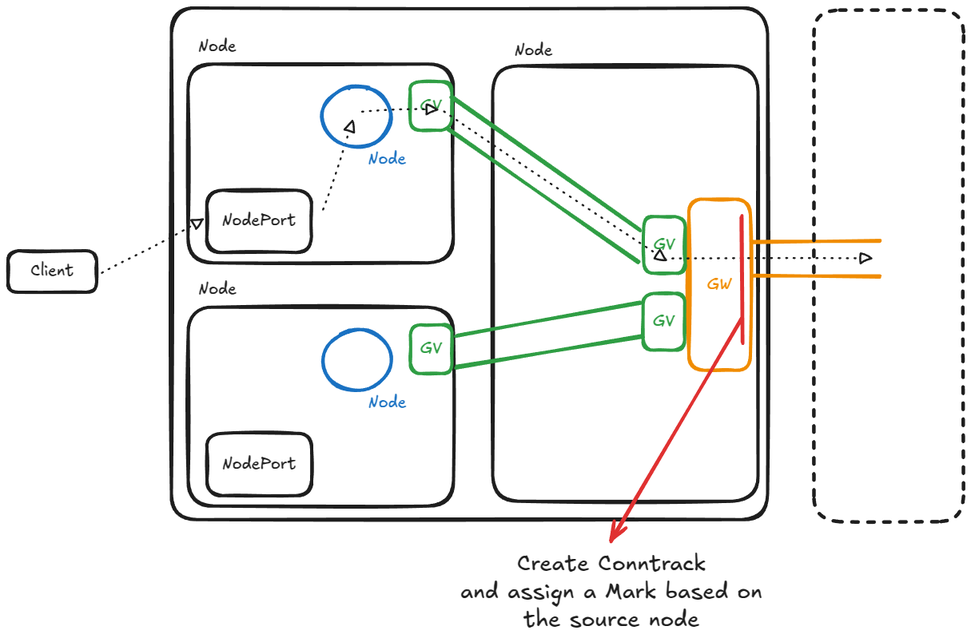
cheina97/liqo-network-docs keeps this Excalidraw diagram as assets/images/conntrack_outbound.excalidraw.png. Above is the earlier version. Source tidied: one line per element, renumbered; positions are measured from the earlier drawing's top-left corner, leaving out a move shared by most shapes. Source of this version:
```json
{"id": 0, "type": "rectangle", "strokeColor": "#1e1e1e", "strokeWidth": 4, "roughness": 1, "round": true, "x": 204, "y": 0, "width": 746, "height": 641}
{"id": 1, "type": "rectangle", "strokeColor": "#f08c00", "strokeWidth": 4, "roughness": 1, "round": true, "x": 852, "y": 240, "width": 77, "height": 214}
{"id": 2, "type": "text", "text": "GW", "strokeColor": "#f08c00", "strokeWidth": 4, "roughness": 1, "fontSize": 20, "fontFamily": 5, "textAlign": "center", "verticalAlign": "middle", "inside": 1, "x": 875, "y": 334, "width": 31, "height": 25}
{"id": 3, "type": "rectangle", "strokeColor": "#1e1e1e", "strokeWidth": 4, "roughness": 1, "round": true, "x": 225, "y": 375, "width": 332, "height": 249}
{"id": 4, "type": "rectangle", "strokeColor": "#1e1e1e", "strokeWidth": 4, "roughness": 1, "round": true, "x": 606, "y": 72, "width": 332, "height": 545}
{"id": 5, "type": "text", "text": "Node", "strokeColor": "#1e1e1e", "strokeWidth": 4, "roughness": 1, "fontSize": 20, "fontFamily": 5, "x": 238, "y": 341, "width": 47, "height": 25}
{"id": 6, "type": "rectangle", "strokeColor": "#2f9e44", "strokeWidth": 4, "roughness": 1, "round": true, "x": 503, "y": 397, "width": 52, "height": 61}
{"id": 7, "type": "text", "text": "GV", "strokeColor": "#2f9e44", "strokeWidth": 4, "roughness": 1, "fontSize": 20, "fontFamily": 5, "textAlign": "center", "verticalAlign": "middle", "inside": 6, "x": 516, "y": 415, "width": 27, "height": 25}
{"id": 8, "type": "rectangle", "strokeColor": "#2f9e44", "strokeWidth": 4, "roughness": 1, "round": true, "x": 795, "y": 358, "width": 52, "height": 71}
{"id": 9, "type": "text", "text": "GV", "strokeColor": "#2f9e44", "strokeWidth": 4, "roughness": 1, "fontSize": 20, "fontFamily": 5, "textAlign": "center", "verticalAlign": "middle", "inside": 8, "x": 807, "y": 381, "width": 27, "height": 25}
{"id": 10, "type": "rectangle", "strokeColor": "#1e1e1e", "strokeWidth": 4, "roughness": 1, "round": true, "x": 249, "y": 533, "width": 131, "height": 78}
{"id": 11, "type": "text", "text": "NodePort", "strokeColor": "#1e1e1e", "strokeWidth": 4, "roughness": 1, "fontSize": 20, "fontFamily": 5, "textAlign": "center", "verticalAlign": "middle", "inside": 10, "x": 268, "y": 559, "width": 93, "height": 25}
{"id": 12, "type": "arrow", "strokeColor": "#1e1e1e", "strokeWidth": 2, "strokeStyle": "dotted", "roughness": 1, "endArrowhead": "triangle_outline", "from": 13, "to": 22, "x": 118, "y": 332, "width": 127, "height": 67, "points": [[0, 0], [127, -67]]}
{"id": 13, "type": "rectangle", "strokeColor": "#1e1e1e", "strokeWidth": 4, "roughness": 1, "round": true, "x": 0, "y": 304, "width": 111, "height": 52}
{"id": 14, "type": "text", "text": "Client", "strokeColor": "#1e1e1e", "strokeWidth": 4, "roughness": 1, "fontSize": 20, "fontFamily": 5, "textAlign": "center", "verticalAlign": "middle", "inside": 13, "x": 28, "y": 318, "width": 54, "height": 25}
{"id": 15, "type": "ellipse", "strokeColor": "#1971c2", "strokeWidth": 4, "roughness": 1, "round": true, "x": 394, "y": 403, "width": 86, "height": 76}
{"id": 16, "type": "text", "text": "Node", "strokeColor": "#1971c2", "strokeWidth": 4, "roughness": 1, "fontSize": 20, "fontFamily": 5, "textAlign": "center", "x": 451, "y": 482, "width": 47, "height": 25}
{"id": 17, "type": "rectangle", "strokeColor": "#1e1e1e", "strokeWidth": 4, "roughness": 1, "round": true, "x": 225, "y": 70, "width": 332, "height": 249}
{"id": 18, "type": "text", "text": "Node", "strokeColor": "#1e1e1e", "strokeWidth": 4, "roughness": 1, "fontSize": 20, "fontFamily": 5, "x": 238, "y": 36, "width": 47, "height": 25}
{"id": 19, "type": "arrow", "strokeColor": "#1e1e1e", "strokeWidth": 2, "strokeStyle": "dotted", "roughness": 1, "endArrowhead": "triangle_outline", "from": 22, "x": 394, "y": 252, "width": 37, "height": 111, "points": [[0, 0], [37, -111]]}
{"id": 20, "type": "rectangle", "strokeColor": "#2f9e44", "strokeWidth": 4, "roughness": 1, "round": true, "x": 503, "y": 92, "width": 52, "height": 61}
{"id": 21, "type": "text", "text": "GV", "strokeColor": "#2f9e44", "strokeWidth": 4, "roughness": 1, "fontSize": 20, "fontFamily": 5, "textAlign": "center", "verticalAlign": "middle", "inside": 20, "x": 516, "y": 110, "width": 27, "height": 25}
{"id": 22, "type": "rectangle", "strokeColor": "#1e1e1e", "strokeWidth": 4, "roughness": 1, "round": true, "x": 249, "y": 228, "width": 131, "height": 78}
{"id": 23, "type": "text", "text": "NodePort", "strokeColor": "#1e1e1e", "strokeWidth": 4, "roughness": 1, "fontSize": 20, "fontFamily": 5, "textAlign": "center", "verticalAlign": "middle", "inside": 22, "x": 268, "y": 255, "width": 93, "height": 25}
{"id": 24, "type": "ellipse", "strokeColor": "#1971c2", "strokeWidth": 4, "roughness": 1, "round": true, "x": 393, "y": 98, "width": 86, "height": 76}
{"id": 25, "type": "text", "text": "Node", "strokeColor": "#1971c2", "strokeWidth": 4, "roughness": 1, "fontSize": 20, "fontFamily": 5, "textAlign": "center", "x": 451, "y": 178, "width": 47, "height": 25}
{"id": 26, "type": "rectangle", "strokeColor": "#2f9e44", "strokeWidth": 4, "roughness": 1, "round": true, "x": 795, "y": 261, "width": 52, "height": 71}
{"id": 27, "type": "text", "text": "GV", "strokeColor": "#2f9e44", "strokeWidth": 4, "roughness": 1, "fontSize": 20, "fontFamily": 5, "textAlign": "center", "verticalAlign": "middle", "inside": 26, "x": 808, "y": 284, "width": 27, "height": 25}
{"id": 28, "type": "arrow", "strokeColor": "#2f9e44", "strokeWidth": 4, "roughness": 1, "round": true, "from": 20, "to": 26, "x": 555, "y": 112, "width": 235, "height": 166, "points": [[0, 0], [235, 166]]}
{"id": 29, "type": "arrow", "strokeColor": "#2f9e44", "strokeWidth": 4, "roughness": 1, "round": true, "from": 20, "to": 26, "x": 551, "y": 152, "width": 239, "height": 166, "points": [[0, 0], [239, 166]]}
{"id": 30, "type": "arrow", "strokeColor": "#2f9e44", "strokeWidth": 4, "roughness": 1, "round": true, "from": 6, "to": 8, "x": 560, "y": 412, "width": 231, "height": 42, "points": [[0, 0], [231, -42]]}
{"id": 31, "type": "arrow", "strokeColor": "#2f9e44", "strokeWidth": 4, "roughness": 1, "round": true, "from": 6, "to": 8, "x": 560, "y": 449, "width": 234, "height": 38, "points": [[0, 0], [234, -38]]}
{"id": 32, "type": "text", "text": "Node", "strokeColor": "#1e1e1e", "strokeWidth": 4, "roughness": 1, "fontSize": 20, "fontFamily": 5, "x": 634, "y": 42, "width": 47, "height": 25}
{"id": 33, "type": "arrow", "strokeColor": "#1e1e1e", "strokeWidth": 2, "strokeStyle": "dotted", "roughness": 1, "endArrowhead": "triangle_outline", "to": 17, "x": 443, "y": 130, "width": 94, "height": 2, "points": [[0, 0], [94, -2]]}
{"id": 34, "type": "arrow", "strokeColor": "#1e1e1e", "strokeWidth": 2, "strokeStyle": "dotted", "roughness": 1, "endArrowhead": "triangle_outline", "from": 20, "to": 26, "x": 546, "y": 130, "width": 278, "height": 186, "points": [[0, 0], [278, 186]]}
{"id": 35, "type": "arrow", "strokeColor": "#1e1e1e", "strokeWidth": 2, "strokeStyle": "dotted", "roughness": 1, "endArrowhead": "triangle_outline", "from": 26, "x": 831, "y": 314, "width": 249, "height": 0, "points": [[0, 0], [249, 0]]}
{"id": 36, "type": "arrow", "strokeColor": "#f08c00", "strokeWidth": 4, "roughness": 1, "round": true, "from": 4, "x": 931, "y": 294, "width": 159, "height": 2, "points": [[0, 0], [159, -2]]}
{"id": 37, "type": "arrow", "strokeColor": "#f08c00", "strokeWidth": 4, "roughness": 1, "round": true, "from": 4, "x": 933, "y": 335, "width": 158, "height": 0, "points": [[0, 0], [158, 0]]}
{"id": 38, "type": "rectangle", "strokeColor": "#1e1e1e", "strokeWidth": 4, "strokeStyle": "dashed", "roughness": 1, "round": true, "x": 1008, "y": 3, "width": 187, "height": 641}
{"id": 39, "type": "line", "strokeColor": "#e03131", "strokeWidth": 4, "roughness": 1, "round": true, "x": 918, "y": 260, "width": 1, "height": 159, "points": [[0, 0], [1, 159]]}
{"id": 40, "type": "arrow", "strokeColor": "#e03131", "strokeWidth": 4, "roughness": 1, "endArrowhead": "arrow", "round": true, "from": 4, "to": 0, "x": 919, "y": 388, "width": 165, "height": 280, "points": [[0, 0], [-165, 280]]}
{"id": 41, "type": "text", "text": "Create Conntrack\nand assign a Mark based on\nthe source node", "strokeColor": "#1e1e1e", "strokeWidth": 4, "roughness": 1, "fontSize": 28, "fontFamily": 5, "textAlign": "center", "x": 561, "y": 680, "width": 389, "height": 105}
```
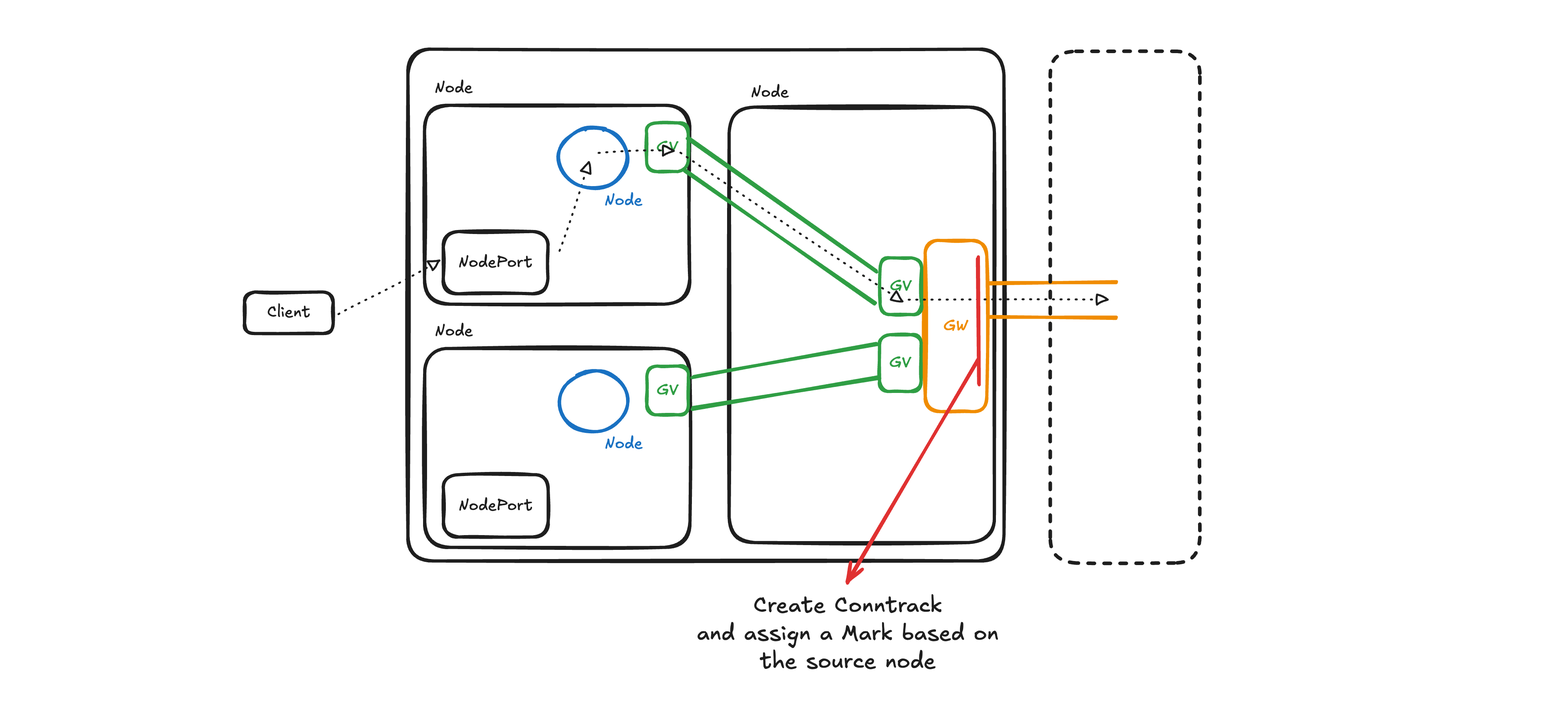
Above is the later version.

What changed in the source:
```diff
@@ -40,3 +40,4 @@
 {"id": 39, "type": "line", "strokeColor": "#e03131", "strokeWidth": 4, "roughness": 1, "round": true, "x": 918, "y": 260, "width": 1, "height": 159, "points": [[0, 0], [1, 159]]}
 {"id": 40, "type": "arrow", "strokeColor": "#e03131", "strokeWidth": 4, "roughness": 1, "endArrowhead": "arrow", "round": true, "from": 4, "to": 0, "x": 919, "y": 388, "width": 165, "height": 280, "points": [[0, 0], [-165, 280]]}
 {"id": 41, "type": "text", "text": "Create Conntrack\nand assign a Mark based on\nthe source node", "strokeColor": "#1e1e1e", "strokeWidth": 4, "roughness": 1, "fontSize": 28, "fontFamily": 5, "textAlign": "center", "x": 561, "y": 680, "width": 389, "height": 105}
+{"id": 42, "type": "rectangle", "strokeColor": "transparent", "strokeWidth": 2, "roughness": 1, "round": true, "x": -296, "y": -52, "width": 1943, "height": 872}
```
